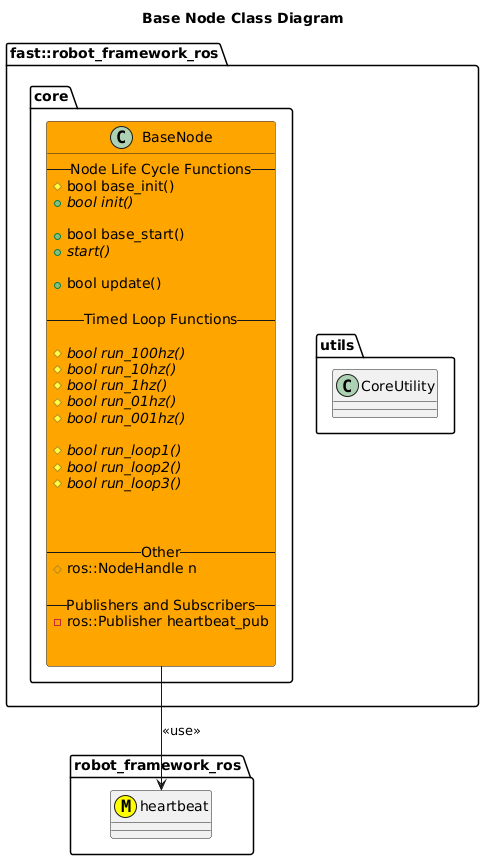
This is include/robot_framework_ros/doc/puml/BaseNodeClassDiagram.png from fastrobotics/robot_framework_ros, a PlantUML export, as it was before one commit.
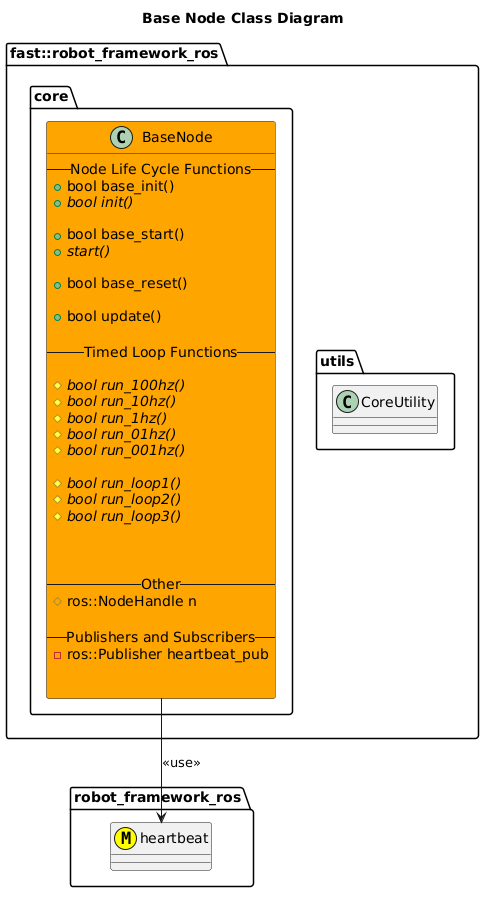
The same diagram one commit later.

What changed in the source:
```diff
@@ -10,11 +10,13 @@
     namespace core {
         class BaseNode #Orange{
             --Node Life Cycle Functions--
-            #bool base_init()
+            +bool base_init()
             +{abstract} bool init()
 
             +bool base_start()
             +{abstract} start()
+
+            +bool base_reset()
 
             +bool update()
 
```
